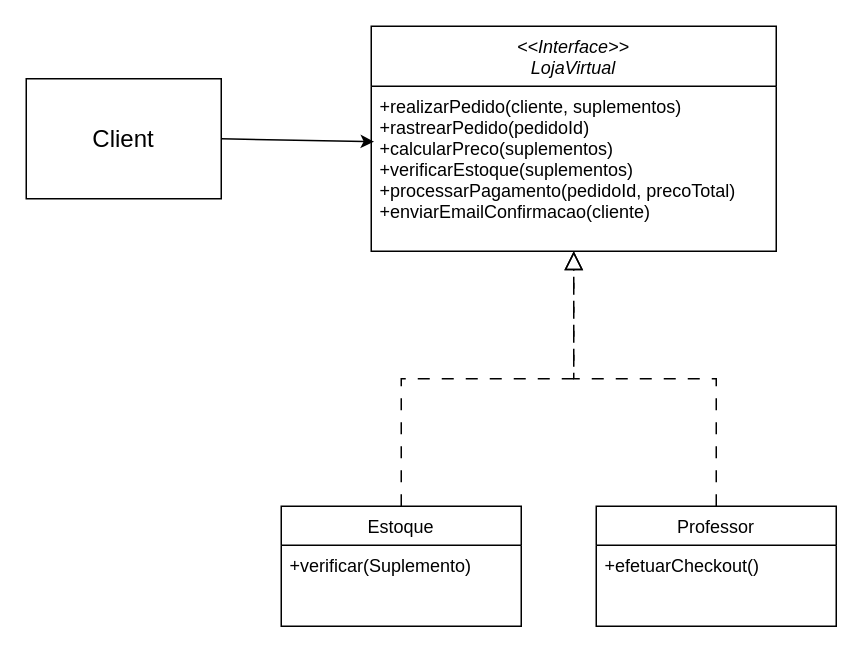
Earlier version of the draw.io diagram Engenharia lll/Facade/DiagramaClasses/facade.drawio (NicolasPereira06/bertoti). Source tidied: cells renumbered, new cells numbered last; positions are measured from the earlier drawing's top-left corner, leaving out a move shared by most shapes. Both pictures are drawn from the tidied source at 150%, with x=0, y=0 at pixel (26, 26).
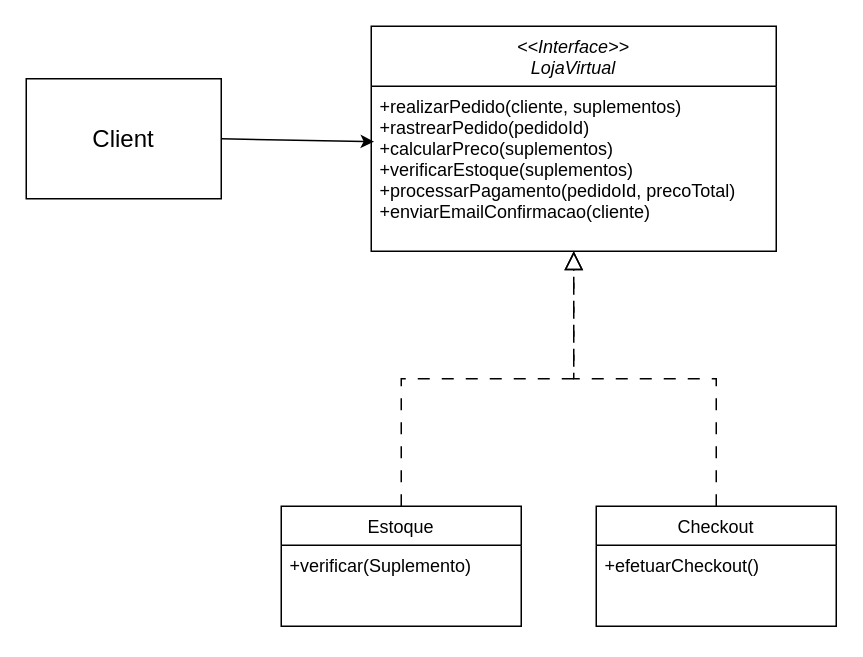
After the change.

Change to the diagram source:
```diff
@@
 <mxGraphModel>
   <root>
     <mxCell id="0" />
     <mxCell id="1" parent="0" />
     <mxCell id="2" value="&lt;&lt;Interface&gt;&gt;&#10;LojaVirtual&#10;&#10;" style="swimlane;fontStyle=2;align=center;verticalAlign=top;horizontal=1;startSize=40;rounded=0;shadow=0;strokeWidth=1;" parent="1" vertex="1">
       <mxGeometry x="230" width="270" height="150" as="geometry" />
     </mxCell>
     <mxCell id="3" value="+realizarPedido(cliente, suplementos)&#10;+rastrearPedido(pedidoId)&#10;+calcularPreco(suplementos)&#10;+verificarEstoque(suplementos)&#10;+processarPagamento(pedidoId, precoTotal)&#10;+enviarEmailConfirmacao(cliente)" style="text;align=left;verticalAlign=top;spacingLeft=4;spacingRight=4;overflow=hidden;points=[[0,0.5],[1,0.5]];portConstraint=eastwest;" parent="2" vertex="1">
       <mxGeometry y="40" width="270" height="110" as="geometry" />
     </mxCell>
     <mxCell id="4" value="Estoque&#10;" style="swimlane;fontStyle=0;align=center;verticalAlign=top;horizontal=1;startSize=26;rounded=0;shadow=0;strokeWidth=1;" parent="1" vertex="1">
       <mxGeometry x="170" y="320" width="160" height="80" as="geometry" />
     </mxCell>
     <mxCell id="5" value="+verificar(Suplemento)" style="text;align=left;verticalAlign=top;spacingLeft=4;spacingRight=4;overflow=hidden;" parent="4" vertex="1">
       <mxGeometry y="26" width="160" height="54" as="geometry" />
     </mxCell>
     <mxCell id="6" style="endArrow=block;endSize=10;endFill=0;shadow=0;strokeWidth=1;rounded=0;edgeStyle=elbowEdgeStyle;elbow=vertical;dashed=1;dashPattern=8 8;" parent="1" edge="1" source="4" target="2">
       <mxGeometry relative="1" as="geometry" />
     </mxCell>
-    <mxCell id="7" value="Professor" style="swimlane;fontStyle=0;align=center;verticalAlign=top;horizontal=1;startSize=26;rounded=0;shadow=0;strokeWidth=1;" parent="1" vertex="1">
-      <mxGeometry x="380" y="320" width="160" height="80" as="geometry" />
-    </mxCell>
+    <mxCell id="12" value="Checkout" style="swimlane;fontStyle=0;align=center;verticalAlign=top;horizontal=1;startSize=26;rounded=0;shadow=0;strokeWidth=1;" parent="1" vertex="1">
+      <mxGeometry x="380" y="320" width="160" height="80" as="geometry" />
+    </mxCell>
-    <mxCell id="8" value="+efetuarCheckout()&#10;" style="text;align=left;verticalAlign=top;spacingLeft=4;spacingRight=4;overflow=hidden;" parent="7" vertex="1">
+    <mxCell id="8" value="+efetuarCheckout()&#10;" style="text;align=left;verticalAlign=top;spacingLeft=4;spacingRight=4;overflow=hidden;" parent="12" vertex="1">
       <mxGeometry y="26" width="160" height="54" as="geometry" />
     </mxCell>
-    <mxCell id="9" style="endArrow=block;endSize=10;endFill=0;shadow=0;strokeWidth=1;rounded=0;edgeStyle=elbowEdgeStyle;elbow=vertical;dashed=1;dashPattern=8 8;" parent="1" edge="1" source="7" target="2">
-      <mxGeometry relative="1" as="geometry" />
-    </mxCell>
+    <mxCell id="13" style="endArrow=block;endSize=10;endFill=0;shadow=0;strokeWidth=1;rounded=0;edgeStyle=elbowEdgeStyle;elbow=vertical;dashed=1;dashPattern=8 8;" parent="1" edge="1" source="12" target="2">
+      <mxGeometry relative="1" as="geometry" />
+    </mxCell>
     <mxCell id="10" value="Client" style="rounded=0;whiteSpace=wrap;html=1;fontSize=16;" parent="1" vertex="1">
       <mxGeometry y="35" width="130" height="80" as="geometry" />
     </mxCell>
     <mxCell id="11" style="endArrow=classic;html=1;rounded=0;exitX=1;exitY=0.5;exitDx=0;exitDy=0;entryX=0.007;entryY=0.336;entryDx=0;entryDy=0;entryPerimeter=0;" parent="1" edge="1" source="10" target="3">
       <mxGeometry relative="1" as="geometry" />
     </mxCell>
   </root>
 </mxGraphModel>
```
